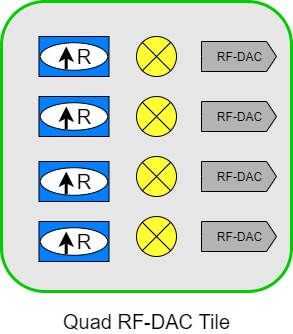
Before: notebooks/rfsoc_introduction/images/Simple_DAC_Tiles.png, a diagram exported from draw.io (strath-sdr/rfsoc_studio). Source tidied: cells renumbered, new cells last; positions are measured from the earlier drawing's top-left corner, leaving out a move shared by most shapes.
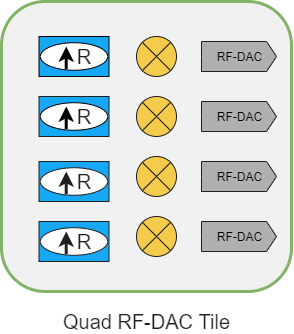
After the change.

Diff of the diagram source:
```diff
@@ -2,119 +2,104 @@
   <root>
     <mxCell id="0" />
     <mxCell id="1" parent="0" />
-    <mxCell id="2" style="rounded=1;whiteSpace=wrap;html=1;strokeWidth=3;strokeColor=#00CC00;fillColor=#E6E6E6;" parent="1" vertex="1">
+    <mxCell id="2" style="rounded=1;whiteSpace=wrap;html=1;strokeWidth=3;fillColor=#F1F1F2;strokeColor=#82B366;" parent="1" vertex="1">
       <mxGeometry width="290" height="290" as="geometry" />
     </mxCell>
-    <mxCell id="3" value="RF-DAC" style="html=1;shadow=0;dashed=0;align=center;verticalAlign=middle;shape=mxgraph.arrows2.arrow;dy=0;dx=10;notch=0;strokeWidth=1;direction=east;fillColor=#B3B3B3;" parent="1" vertex="1">
+    <mxCell id="3" value="RF-DAC" style="html=1;shadow=0;dashed=0;align=center;verticalAlign=middle;shape=mxgraph.arrows2.arrow;dy=0;dx=10;notch=0;strokeWidth=1;direction=east;fillColor=#B0B0B0;strokeColor=#231F20;" parent="1" vertex="1">
       <mxGeometry x="200" y="40" width="75" height="30" as="geometry" />
     </mxCell>
-    <mxCell id="4" style="verticalLabelPosition=bottom;verticalAlign=top;html=1;shape=mxgraph.flowchart.or;strokeColor=#000000;strokeWidth=1;fillColor=#FFFF33;" parent="1" vertex="1">
+    <mxCell id="4" style="verticalLabelPosition=bottom;verticalAlign=top;html=1;shape=mxgraph.flowchart.or;strokeWidth=1;fillColor=#F5CB4C;strokeColor=#231F20;" parent="1" vertex="1">
       <mxGeometry x="135" y="35" width="40" height="40" as="geometry" />
     </mxCell>
-    <mxCell id="5" style="verticalLabelPosition=bottom;verticalAlign=top;html=1;shape=mxgraph.flowchart.or;strokeColor=#000000;strokeWidth=1;fillColor=#FFFF33;" parent="1" vertex="1">
+    <mxCell id="5" style="verticalLabelPosition=bottom;verticalAlign=top;html=1;shape=mxgraph.flowchart.or;strokeWidth=1;fillColor=#F5CB4C;strokeColor=#231F20;" parent="1" vertex="1">
       <mxGeometry x="135" y="215" width="40" height="40" as="geometry" />
     </mxCell>
-    <mxCell id="6" style="verticalLabelPosition=bottom;verticalAlign=top;html=1;shape=mxgraph.flowchart.or;strokeColor=#000000;strokeWidth=1;fillColor=#FFFF33;" parent="1" vertex="1">
+    <mxCell id="6" style="verticalLabelPosition=bottom;verticalAlign=top;html=1;shape=mxgraph.flowchart.or;strokeWidth=1;fillColor=#F5CB4C;strokeColor=#231F20;" parent="1" vertex="1">
       <mxGeometry x="135" y="155" width="40" height="40" as="geometry" />
     </mxCell>
-    <mxCell id="7" style="verticalLabelPosition=bottom;verticalAlign=top;html=1;shape=mxgraph.flowchart.or;strokeColor=#000000;strokeWidth=1;fillColor=#FFFF33;" parent="1" vertex="1">
+    <mxCell id="7" style="verticalLabelPosition=bottom;verticalAlign=top;html=1;shape=mxgraph.flowchart.or;strokeWidth=1;fillColor=#F5CB4C;strokeColor=#231F20;" parent="1" vertex="1">
       <mxGeometry x="135" y="95" width="40" height="40" as="geometry" />
     </mxCell>
-    <mxCell id="8" style="group;" parent="1" vertex="1">
-      <mxGeometry x="30" y="35" width="85" height="40" as="geometry" />
-    </mxCell>
-    <mxCell id="9" style="rounded=0;whiteSpace=wrap;html=1;strokeColor=#000000;strokeWidth=1;fillColor=#007FFF;" parent="8" vertex="1">
-      <mxGeometry x="7.5" width="70" height="40" as="geometry" />
-    </mxCell>
-    <mxCell id="10" style="group;" parent="8" vertex="1">
-      <mxGeometry y="5" width="85" height="30" as="geometry" />
-    </mxCell>
-    <mxCell id="11" style="ellipse;whiteSpace=wrap;html=1;strokeColor=#000000;strokeWidth=1;fillColor=#FFFFFF;" parent="10" vertex="1">
-      <mxGeometry x="8.9" y="1.2" width="67.3" height="27.5" as="geometry" />
-    </mxCell>
-    <mxCell id="12" style="endArrow=none;html=1;strokeWidth=3;startArrow=classic;startFill=1;endFill=0;" parent="10" edge="1">
-      <mxGeometry relative="1" as="geometry">
-        <mxPoint x="34.7" y="5" as="sourcePoint" />
-        <mxPoint x="34.7" y="27.5" as="targetPoint" />
-      </mxGeometry>
-    </mxCell>
-    <mxCell id="13" value="&lt;font style=&quot;font-size: 20px&quot;&gt;R&lt;/font&gt;" style="text;html=1;strokeColor=none;fillColor=none;align=center;verticalAlign=middle;whiteSpace=wrap;rounded=0;" parent="10" vertex="1">
-      <mxGeometry x="39" y="10" width="28.3" height="10" as="geometry" />
-    </mxCell>
-    <mxCell id="14" style="group;" parent="1" vertex="1">
-      <mxGeometry x="30" y="95" width="85" height="40" as="geometry" />
-    </mxCell>
-    <mxCell id="15" style="rounded=0;whiteSpace=wrap;html=1;strokeColor=#000000;strokeWidth=1;fillColor=#007FFF;" parent="14" vertex="1">
-      <mxGeometry x="7.5" width="70" height="40" as="geometry" />
-    </mxCell>
-    <mxCell id="16" style="group;" parent="14" vertex="1">
-      <mxGeometry y="5" width="85" height="30" as="geometry" />
-    </mxCell>
-    <mxCell id="17" style="ellipse;whiteSpace=wrap;html=1;strokeColor=#000000;strokeWidth=1;fillColor=#FFFFFF;" parent="16" vertex="1">
-      <mxGeometry x="8.9" y="1.2" width="67.3" height="27.5" as="geometry" />
-    </mxCell>
-    <mxCell id="18" style="endArrow=none;html=1;strokeWidth=3;startArrow=classic;startFill=1;endFill=0;" parent="16" edge="1">
-      <mxGeometry relative="1" as="geometry">
-        <mxPoint x="34.7" y="5" as="sourcePoint" />
-        <mxPoint x="34.7" y="27.5" as="targetPoint" />
-      </mxGeometry>
-    </mxCell>
-    <mxCell id="19" value="&lt;font style=&quot;font-size: 20px&quot;&gt;R&lt;/font&gt;" style="text;html=1;strokeColor=none;fillColor=none;align=center;verticalAlign=middle;whiteSpace=wrap;rounded=0;" parent="16" vertex="1">
-      <mxGeometry x="39" y="10" width="28.3" height="10" as="geometry" />
-    </mxCell>
     <mxCell id="20" style="group;" parent="1" vertex="1">
       <mxGeometry x="30" y="160" width="85" height="40" as="geometry" />
     </mxCell>
-    <mxCell id="21" style="rounded=0;whiteSpace=wrap;html=1;strokeColor=#000000;strokeWidth=1;fillColor=#007FFF;" parent="20" vertex="1">
+    <mxCell id="21" style="rounded=0;whiteSpace=wrap;html=1;strokeWidth=1;fillColor=#16A7F5;strokeColor=#231F20;" parent="20" vertex="1">
       <mxGeometry x="7.5" width="70" height="40" as="geometry" />
     </mxCell>
     <mxCell id="22" style="group;" parent="20" vertex="1">
       <mxGeometry y="5" width="85" height="30" as="geometry" />
     </mxCell>
-    <mxCell id="23" style="ellipse;whiteSpace=wrap;html=1;strokeColor=#000000;strokeWidth=1;fillColor=#FFFFFF;" parent="22" vertex="1">
+    <mxCell id="23" style="ellipse;whiteSpace=wrap;html=1;strokeWidth=1;fillColor=#FFFFFF;strokeColor=#231F20;" parent="22" vertex="1">
       <mxGeometry x="8.9" y="1.2" width="67.3" height="27.5" as="geometry" />
     </mxCell>
-    <mxCell id="24" style="endArrow=none;html=1;strokeWidth=3;startArrow=classic;startFill=1;endFill=0;" parent="22" edge="1">
+    <mxCell id="24" style="endArrow=none;html=1;strokeWidth=3;startArrow=classic;startFill=1;endFill=0;strokeColor=#231F20;" parent="22" edge="1">
       <mxGeometry relative="1" as="geometry">
         <mxPoint x="34.7" y="5" as="sourcePoint" />
         <mxPoint x="34.7" y="27.5" as="targetPoint" />
       </mxGeometry>
     </mxCell>
-    <mxCell id="25" value="&lt;font style=&quot;font-size: 20px&quot;&gt;R&lt;/font&gt;" style="text;html=1;strokeColor=none;fillColor=none;align=center;verticalAlign=middle;whiteSpace=wrap;rounded=0;" parent="22" vertex="1">
+    <mxCell id="25" value="&lt;font style=&quot;font-size: 20px&quot; color=&quot;#231f20&quot;&gt;R&lt;/font&gt;" style="text;html=1;strokeColor=none;fillColor=none;align=center;verticalAlign=middle;whiteSpace=wrap;rounded=0;" parent="22" vertex="1">
       <mxGeometry x="39" y="10" width="28.3" height="10" as="geometry" />
     </mxCell>
-    <mxCell id="26" style="group;" parent="1" vertex="1">
-      <mxGeometry x="30" y="220" width="85" height="40" as="geometry" />
-    </mxCell>
+    <mxCell id="32" value="&lt;font style=&quot;font-size: 20px&quot;&gt;Quad RF-DAC Tile&lt;/font&gt;" style="text;html=1;align=center;verticalAlign=middle;fontColor=#231F20;" parent="1" vertex="1">
+      <mxGeometry x="55" y="310" width="180" height="20" as="geometry" />
+    </mxCell>
+    <mxCell id="33" value="RF-DAC" style="html=1;shadow=0;dashed=0;align=center;verticalAlign=middle;shape=mxgraph.arrows2.arrow;dy=0;dx=10;notch=0;strokeWidth=1;direction=east;fillColor=#B0B0B0;strokeColor=#231F20;" parent="1" vertex="1">
+      <mxGeometry x="200" y="100" width="75" height="30" as="geometry" />
+    </mxCell>
+    <mxCell id="34" value="RF-DAC" style="html=1;shadow=0;dashed=0;align=center;verticalAlign=middle;shape=mxgraph.arrows2.arrow;dy=0;dx=10;notch=0;strokeWidth=1;direction=east;strokeColor=#231F20;fillColor=#B0B0B0;" parent="1" vertex="1">
+      <mxGeometry x="200" y="160" width="75" height="30" as="geometry" />
+    </mxCell>
+    <mxCell id="35" value="RF-DAC" style="html=1;shadow=0;dashed=0;align=center;verticalAlign=middle;shape=mxgraph.arrows2.arrow;dy=0;dx=10;notch=0;strokeWidth=1;direction=east;strokeColor=#231F20;fillColor=#B0B0B0;" parent="1" vertex="1">
+      <mxGeometry x="200" y="220" width="75" height="30" as="geometry" />
+    </mxCell>
+    <mxCell id="9" style="rounded=0;whiteSpace=wrap;html=1;strokeColor=#000000;strokeWidth=1;fontColor=#231F20;fillColor=#16A7F5;" parent="1" vertex="1">
+      <mxGeometry x="37.5" y="35" width="70" height="40" as="geometry" />
+    </mxCell>
+    <mxCell id="11" style="ellipse;whiteSpace=wrap;html=1;strokeColor=#000000;strokeWidth=1;fillColor=#FFFFFF;fontColor=#231F20;" parent="1" vertex="1">
+      <mxGeometry x="38.9" y="41.2" width="67.3" height="27.5" as="geometry" />
+    </mxCell>
+    <mxCell id="12" style="endArrow=none;html=1;strokeWidth=3;startArrow=classic;startFill=1;endFill=0;fontColor=#231F20;" parent="1" edge="1">
+      <mxGeometry x="270" y="280" as="geometry">
+        <mxPoint x="64.7" y="45" as="sourcePoint" />
+        <mxPoint x="64.7" y="67.5" as="targetPoint" />
+      </mxGeometry>
+    </mxCell>
+    <mxCell id="13" value="&lt;font style=&quot;font-size: 20px&quot;&gt;R&lt;/font&gt;" style="text;html=1;strokeColor=none;fillColor=none;align=center;verticalAlign=middle;whiteSpace=wrap;rounded=0;fontColor=#231F20;" parent="1" vertex="1">
+      <mxGeometry x="69" y="50" width="28.3" height="10" as="geometry" />
+    </mxCell>
+    <mxCell id="15" style="rounded=0;whiteSpace=wrap;html=1;strokeWidth=1;fontColor=#231F20;strokeColor=#231F20;fillColor=#16A7F5;" parent="1" vertex="1">
+      <mxGeometry x="37.5" y="95" width="70" height="40" as="geometry" />
+    </mxCell>
+    <mxCell id="17" style="ellipse;whiteSpace=wrap;html=1;strokeColor=#000000;strokeWidth=1;fillColor=#FFFFFF;fontColor=#231F20;" parent="1" vertex="1">
+      <mxGeometry x="38.9" y="101.2" width="67.3" height="27.5" as="geometry" />
+    </mxCell>
+    <mxCell id="18" style="endArrow=none;html=1;strokeWidth=3;startArrow=classic;startFill=1;endFill=0;fontColor=#231F20;" parent="1" edge="1">
+      <mxGeometry x="270" y="340" as="geometry">
+        <mxPoint x="64.7" y="105" as="sourcePoint" />
+        <mxPoint x="64.7" y="127.5" as="targetPoint" />
+      </mxGeometry>
+    </mxCell>
+    <mxCell id="19" value="&lt;font style=&quot;font-size: 20px&quot;&gt;R&lt;/font&gt;" style="text;html=1;strokeColor=none;fillColor=none;align=center;verticalAlign=middle;whiteSpace=wrap;rounded=0;fontColor=#231F20;" parent="1" vertex="1">
+      <mxGeometry x="69" y="110" width="28.3" height="10" as="geometry" />
+    </mxCell>
-    <mxCell id="27" style="rounded=0;whiteSpace=wrap;html=1;strokeColor=#000000;strokeWidth=1;fillColor=#007FFF;" parent="26" vertex="1">
-      <mxGeometry x="7.5" width="70" height="40" as="geometry" />
+    <mxCell id="27" style="rounded=0;whiteSpace=wrap;html=1;strokeWidth=1;fillColor=#16A7F5;strokeColor=#231F20;" parent="1" vertex="1">
+      <mxGeometry x="37.5" y="220" width="70" height="40" as="geometry" />
     </mxCell>
-    <mxCell id="28" style="group;" parent="26" vertex="1">
-      <mxGeometry y="5" width="85" height="30" as="geometry" />
+    <mxCell id="28" style="group;" parent="1" vertex="1">
+      <mxGeometry x="30" y="225" width="85" height="30" as="geometry" />
     </mxCell>
-    <mxCell id="29" style="ellipse;whiteSpace=wrap;html=1;strokeColor=#000000;strokeWidth=1;fillColor=#FFFFFF;" parent="28" vertex="1">
+    <mxCell id="29" style="ellipse;whiteSpace=wrap;html=1;strokeWidth=1;fillColor=#FFFFFF;strokeColor=#231F20;" parent="28" vertex="1">
       <mxGeometry x="8.9" y="1.2" width="67.3" height="27.5" as="geometry" />
     </mxCell>
-    <mxCell id="30" style="endArrow=none;html=1;strokeWidth=3;startArrow=classic;startFill=1;endFill=0;" parent="28" edge="1">
+    <mxCell id="30" style="endArrow=none;html=1;strokeWidth=3;startArrow=classic;startFill=1;endFill=0;strokeColor=#231F20;" parent="28" edge="1">
       <mxGeometry relative="1" as="geometry">
         <mxPoint x="34.7" y="5" as="sourcePoint" />
         <mxPoint x="34.7" y="27.5" as="targetPoint" />
       </mxGeometry>
     </mxCell>
-    <mxCell id="31" value="&lt;font style=&quot;font-size: 20px&quot;&gt;R&lt;/font&gt;" style="text;html=1;strokeColor=none;fillColor=none;align=center;verticalAlign=middle;whiteSpace=wrap;rounded=0;" parent="28" vertex="1">
+    <mxCell id="31" value="&lt;font style=&quot;font-size: 20px&quot; color=&quot;#231f20&quot;&gt;R&lt;/font&gt;" style="text;html=1;strokeColor=none;fillColor=none;align=center;verticalAlign=middle;whiteSpace=wrap;rounded=0;" parent="28" vertex="1">
       <mxGeometry x="39" y="10" width="28.3" height="10" as="geometry" />
     </mxCell>
-    <mxCell id="32" value="&lt;font style=&quot;font-size: 20px&quot;&gt;Quad RF-DAC Tile&lt;/font&gt;" style="text;html=1;align=center;verticalAlign=middle;" parent="1" vertex="1">
-      <mxGeometry x="55" y="310" width="180" height="20" as="geometry" />
-    </mxCell>
-    <mxCell id="33" value="RF-DAC" style="html=1;shadow=0;dashed=0;align=center;verticalAlign=middle;shape=mxgraph.arrows2.arrow;dy=0;dx=10;notch=0;strokeWidth=1;direction=east;fillColor=#B3B3B3;" parent="1" vertex="1">
-      <mxGeometry x="200" y="100" width="75" height="30" as="geometry" />
-    </mxCell>
-    <mxCell id="34" value="RF-DAC" style="html=1;shadow=0;dashed=0;align=center;verticalAlign=middle;shape=mxgraph.arrows2.arrow;dy=0;dx=10;notch=0;strokeWidth=1;direction=east;fillColor=#B3B3B3;" parent="1" vertex="1">
-      <mxGeometry x="200" y="160" width="75" height="30" as="geometry" />
-    </mxCell>
-    <mxCell id="35" value="RF-DAC" style="html=1;shadow=0;dashed=0;align=center;verticalAlign=middle;shape=mxgraph.arrows2.arrow;dy=0;dx=10;notch=0;strokeWidth=1;direction=east;fillColor=#B3B3B3;" parent="1" vertex="1">
-      <mxGeometry x="200" y="220" width="75" height="30" as="geometry" />
-    </mxCell>
   </root>
 </mxGraphModel>
```
